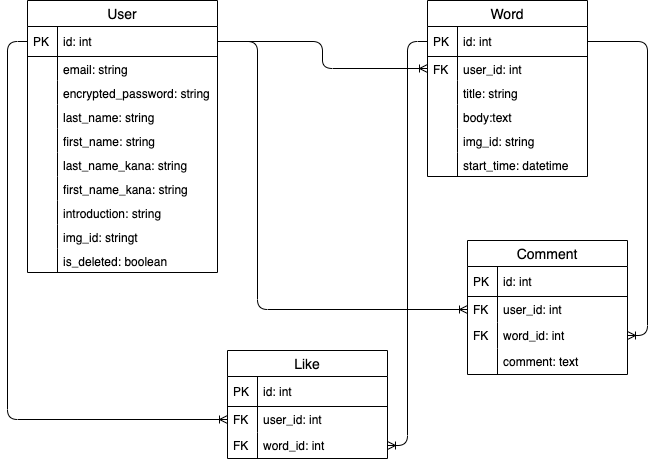
Earlier version of the draw.io export design/er.drawio.png (shinogit/one_word_diary). Source tidied: cells renumbered, new cells last; positions are measured from the earlier drawing's top-left corner, leaving out a move shared by most shapes.
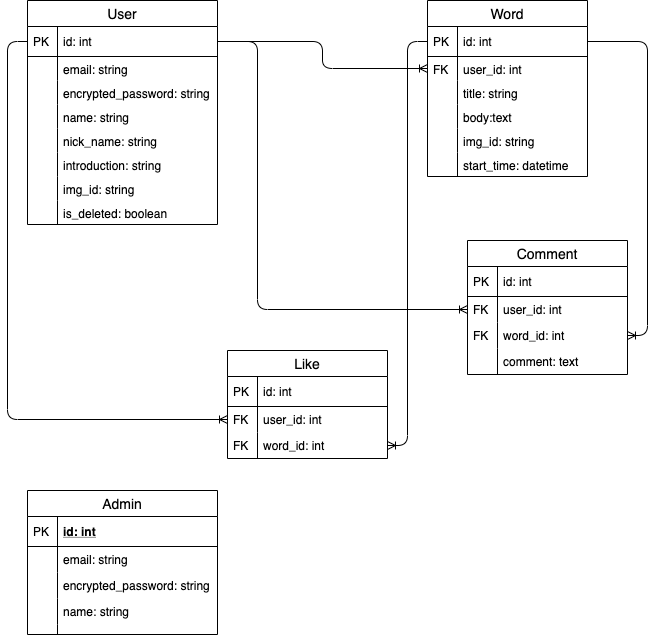
After the commit.

Change to the diagram source:
```diff
@@ -78,7 +78,7 @@
       <mxGeometry width="30" height="24" as="geometry" />
     </mxCell>
     <mxCell id="27" value="User" style="swimlane;fontStyle=0;horizontal=1;startSize=26;align=center;fontSize=14;" parent="1" vertex="1">
-      <mxGeometry width="190" height="272" as="geometry" />
+      <mxGeometry width="190" height="224" as="geometry" />
     </mxCell>
     <mxCell id="28" value="id: int" style="shape=partialRectangle;top=0;left=0;right=0;bottom=1;align=left;verticalAlign=middle;fillColor=none;spacingLeft=34;spacingRight=4;overflow=hidden;points=[[0,0.5],[1,0.5]];portConstraint=eastwest;fontStyle=0;fontSize=12;" parent="27" vertex="1">
       <mxGeometry y="26" width="190" height="30" as="geometry" />
@@ -98,44 +98,32 @@
     <mxCell id="33" style="shape=partialRectangle;top=0;left=0;bottom=0;fillColor=none;align=left;verticalAlign=top;spacingLeft=4;spacingRight=4;overflow=hidden;fontSize=12;" parent="32" vertex="1">
       <mxGeometry width="30" height="24" as="geometry" />
     </mxCell>
-    <mxCell id="34" value="last_name: string" style="shape=partialRectangle;top=0;left=0;right=0;bottom=0;align=left;verticalAlign=top;fillColor=none;spacingLeft=34;spacingRight=4;overflow=hidden;fontSize=12;" parent="27" vertex="1">
+    <mxCell id="34" value="name: string" style="shape=partialRectangle;top=0;left=0;right=0;bottom=0;align=left;verticalAlign=top;fillColor=none;spacingLeft=34;spacingRight=4;overflow=hidden;fontSize=12;" parent="27" vertex="1">
       <mxGeometry y="104" width="190" height="24" as="geometry" />
     </mxCell>
     <mxCell id="35" style="shape=partialRectangle;top=0;left=0;bottom=0;fillColor=none;align=left;verticalAlign=top;spacingLeft=4;spacingRight=4;overflow=hidden;fontSize=12;" parent="34" vertex="1">
       <mxGeometry width="30" height="24" as="geometry" />
     </mxCell>
-    <mxCell id="36" value="first_name: string" style="shape=partialRectangle;top=0;left=0;right=0;bottom=0;align=left;verticalAlign=top;fillColor=none;spacingLeft=34;spacingRight=4;overflow=hidden;fontSize=12;" parent="27" vertex="1">
+    <mxCell id="36" value="nick_name: string" style="shape=partialRectangle;top=0;left=0;right=0;bottom=0;align=left;verticalAlign=top;fillColor=none;spacingLeft=34;spacingRight=4;overflow=hidden;fontSize=12;" parent="27" vertex="1">
       <mxGeometry y="128" width="190" height="24" as="geometry" />
     </mxCell>
     <mxCell id="37" style="shape=partialRectangle;top=0;left=0;bottom=0;fillColor=none;align=left;verticalAlign=top;spacingLeft=4;spacingRight=4;overflow=hidden;fontSize=12;" parent="36" vertex="1">
       <mxGeometry width="30" height="24" as="geometry" />
     </mxCell>
-    <mxCell id="38" value="last_name_kana: string" style="shape=partialRectangle;top=0;left=0;right=0;bottom=0;align=left;verticalAlign=top;fillColor=none;spacingLeft=34;spacingRight=4;overflow=hidden;fontSize=12;" parent="27" vertex="1">
-      <mxGeometry y="152" width="190" height="24" as="geometry" />
-    </mxCell>
-    <mxCell id="39" style="shape=partialRectangle;top=0;left=0;bottom=0;fillColor=none;align=left;verticalAlign=top;spacingLeft=4;spacingRight=4;overflow=hidden;fontSize=12;" parent="38" vertex="1">
-      <mxGeometry width="30" height="24" as="geometry" />
-    </mxCell>
-    <mxCell id="40" value="first_name_kana: string" style="shape=partialRectangle;top=0;left=0;right=0;bottom=0;align=left;verticalAlign=top;fillColor=none;spacingLeft=34;spacingRight=4;overflow=hidden;fontSize=12;" parent="27" vertex="1">
-      <mxGeometry y="176" width="190" height="24" as="geometry" />
-    </mxCell>
-    <mxCell id="41" style="shape=partialRectangle;top=0;left=0;bottom=0;fillColor=none;align=left;verticalAlign=top;spacingLeft=4;spacingRight=4;overflow=hidden;fontSize=12;" parent="40" vertex="1">
-      <mxGeometry width="30" height="24" as="geometry" />
-    </mxCell>
     <mxCell id="42" value="introduction: string" style="shape=partialRectangle;top=0;left=0;right=0;bottom=0;align=left;verticalAlign=top;fillColor=none;spacingLeft=34;spacingRight=4;overflow=hidden;fontSize=12;" parent="27" vertex="1">
-      <mxGeometry y="200" width="190" height="24" as="geometry" />
+      <mxGeometry y="152" width="190" height="24" as="geometry" />
     </mxCell>
     <mxCell id="43" style="shape=partialRectangle;top=0;left=0;bottom=0;fillColor=none;align=left;verticalAlign=top;spacingLeft=4;spacingRight=4;overflow=hidden;fontSize=12;" parent="42" vertex="1">
       <mxGeometry width="30" height="24" as="geometry" />
     </mxCell>
-    <mxCell id="44" value="img_id: stringt" style="shape=partialRectangle;top=0;left=0;right=0;bottom=0;align=left;verticalAlign=top;fillColor=none;spacingLeft=34;spacingRight=4;overflow=hidden;fontSize=12;" parent="27" vertex="1">
-      <mxGeometry y="224" width="190" height="24" as="geometry" />
+    <mxCell id="44" value="img_id: string" style="shape=partialRectangle;top=0;left=0;right=0;bottom=0;align=left;verticalAlign=top;fillColor=none;spacingLeft=34;spacingRight=4;overflow=hidden;fontSize=12;" parent="27" vertex="1">
+      <mxGeometry y="176" width="190" height="24" as="geometry" />
     </mxCell>
     <mxCell id="45" style="shape=partialRectangle;top=0;left=0;bottom=0;fillColor=none;align=left;verticalAlign=top;spacingLeft=4;spacingRight=4;overflow=hidden;fontSize=12;" parent="44" vertex="1">
       <mxGeometry width="30" height="24" as="geometry" />
     </mxCell>
     <mxCell id="46" value="is_deleted: boolean" style="shape=partialRectangle;top=0;left=0;right=0;bottom=0;align=left;verticalAlign=top;fillColor=none;spacingLeft=34;spacingRight=4;overflow=hidden;fontSize=12;" parent="27" vertex="1">
-      <mxGeometry y="248" width="190" height="24" as="geometry" />
+      <mxGeometry y="200" width="190" height="24" as="geometry" />
     </mxCell>
     <mxCell id="47" style="shape=partialRectangle;top=0;left=0;bottom=0;fillColor=none;align=left;verticalAlign=top;spacingLeft=4;spacingRight=4;overflow=hidden;fontSize=12;" parent="46" vertex="1">
       <mxGeometry width="30" height="24" as="geometry" />
@@ -181,5 +169,38 @@
     <mxCell id="59" value="FK" style="shape=partialRectangle;top=0;left=0;bottom=0;fillColor=none;align=left;verticalAlign=top;spacingLeft=4;spacingRight=4;overflow=hidden;fontSize=12;" parent="58" vertex="1">
       <mxGeometry width="30" height="26" as="geometry" />
     </mxCell>
+    <mxCell id="60" value="Admin" style="swimlane;fontStyle=0;horizontal=1;startSize=26;align=center;fontSize=14;" parent="1" vertex="1">
+      <mxGeometry y="490" width="190" height="144" as="geometry" />
+    </mxCell>
+    <mxCell id="61" value="id: int" style="shape=partialRectangle;top=0;left=0;right=0;bottom=1;align=left;verticalAlign=middle;fillColor=none;spacingLeft=34;spacingRight=4;overflow=hidden;fontStyle=5;fontSize=12;" parent="60" vertex="1">
+      <mxGeometry y="26" width="190" height="30" as="geometry" />
+    </mxCell>
+    <mxCell id="62" value="PK" style="shape=partialRectangle;top=0;left=0;bottom=0;fillColor=none;align=left;verticalAlign=middle;spacingLeft=4;spacingRight=4;overflow=hidden;fontSize=12;" parent="61" vertex="1">
+      <mxGeometry width="30" height="30" as="geometry" />
+    </mxCell>
+    <mxCell id="63" value="email: string" style="shape=partialRectangle;top=0;left=0;right=0;bottom=0;align=left;verticalAlign=top;fillColor=none;spacingLeft=34;spacingRight=4;overflow=hidden;fontSize=12;" parent="60" vertex="1">
+      <mxGeometry y="56" width="190" height="26" as="geometry" />
+    </mxCell>
+    <mxCell id="64" style="shape=partialRectangle;top=0;left=0;bottom=0;fillColor=none;align=left;verticalAlign=top;spacingLeft=4;spacingRight=4;overflow=hidden;fontSize=12;" parent="63" vertex="1">
+      <mxGeometry width="30" height="26" as="geometry" />
+    </mxCell>
+    <mxCell id="65" value="encrypted_password: string" style="shape=partialRectangle;top=0;left=0;right=0;bottom=0;align=left;verticalAlign=top;fillColor=none;spacingLeft=34;spacingRight=4;overflow=hidden;fontSize=12;" parent="60" vertex="1">
+      <mxGeometry y="82" width="190" height="26" as="geometry" />
+    </mxCell>
+    <mxCell id="66" style="shape=partialRectangle;top=0;left=0;bottom=0;fillColor=none;align=left;verticalAlign=top;spacingLeft=4;spacingRight=4;overflow=hidden;fontSize=12;" parent="65" vertex="1">
+      <mxGeometry width="30" height="26" as="geometry" />
+    </mxCell>
+    <mxCell id="67" value="name: string" style="shape=partialRectangle;top=0;left=0;right=0;bottom=0;align=left;verticalAlign=top;fillColor=none;spacingLeft=34;spacingRight=4;overflow=hidden;fontSize=12;" parent="60" vertex="1">
+      <mxGeometry y="108" width="190" height="26" as="geometry" />
+    </mxCell>
+    <mxCell id="68" style="shape=partialRectangle;top=0;left=0;bottom=0;fillColor=none;align=left;verticalAlign=top;spacingLeft=4;spacingRight=4;overflow=hidden;fontSize=12;" parent="67" vertex="1">
+      <mxGeometry width="30" height="26" as="geometry" />
+    </mxCell>
+    <mxCell id="69" style="shape=partialRectangle;top=0;left=0;right=0;bottom=0;align=left;verticalAlign=top;fillColor=none;spacingLeft=34;spacingRight=4;overflow=hidden;fontSize=12;" parent="60" vertex="1">
+      <mxGeometry y="134" width="190" height="10" as="geometry" />
+    </mxCell>
+    <mxCell id="70" style="shape=partialRectangle;top=0;left=0;bottom=0;fillColor=none;align=left;verticalAlign=top;spacingLeft=4;spacingRight=4;overflow=hidden;fontSize=12;" parent="69" vertex="1">
+      <mxGeometry width="30" height="10" as="geometry" />
+    </mxCell>
   </root>
 </mxGraphModel>
```
